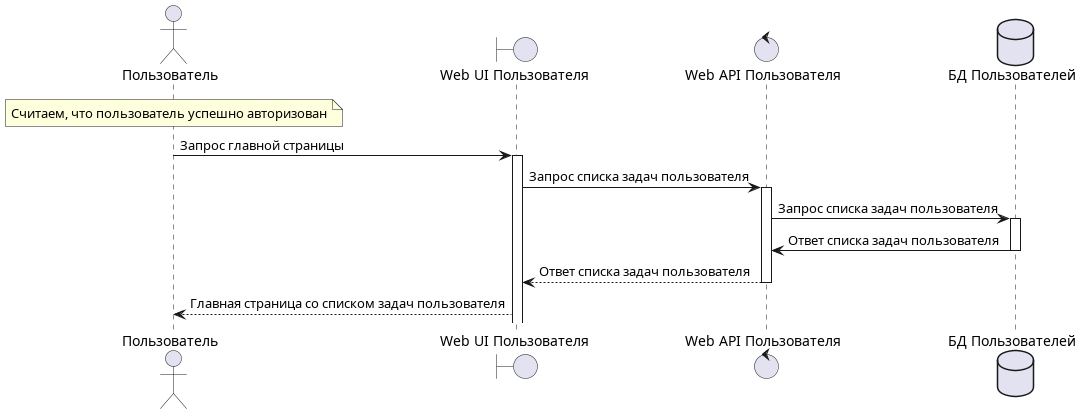
This is docs/diagrams/img/sequence/User.WebApp/User jobs list.png from mrypdm/JobSystem, a PlantUML export, as it was before one commit. Source of this version:
```plantuml
@startuml User jobs list

actor Пользователь as USER
note over USER: Считаем, что пользователь успешно авторизован

boundary "Web UI Пользователя" as UI
control "Web API Пользователя" as API
database "БД Пользователей" as DB

USER -> UI++: Запрос главной страницы
UI -> API++: Запрос списка задач пользователя
API -> DB++: Запрос списка задач пользователя
DB -> API--: Ответ списка задач пользователя
API --> UI--: Ответ списка задач пользователя
UI --> USER: Главная страница со списком задач пользователя

@enduml
```
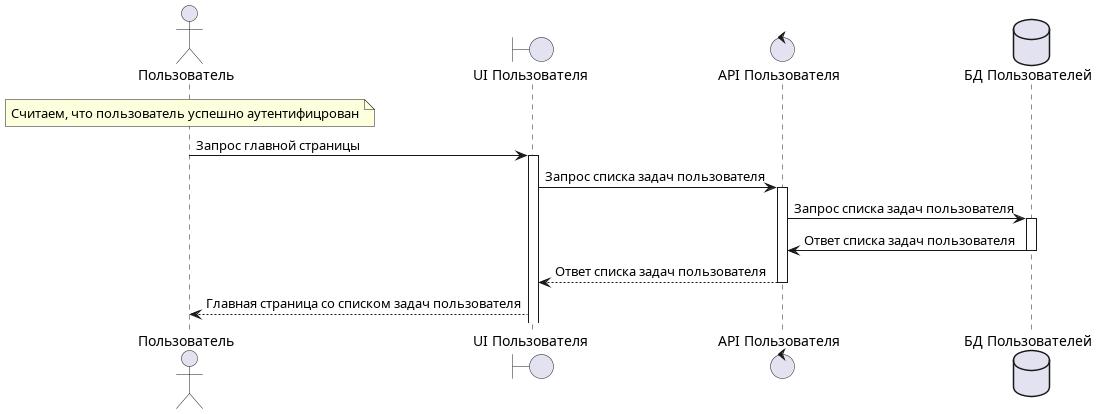
The same file after the commit.

Diff of the diagram source:
```diff
@@ -1,10 +1,10 @@
 @startuml User jobs list
 
 actor Пользователь as USER
-note over USER: Считаем, что пользователь успешно авторизован
+note over USER: Считаем, что пользователь успешно аутентифицрован
 
-boundary "Web UI Пользователя" as UI
-control "Web API Пользователя" as API
+boundary "UI Пользователя" as UI
+control "API Пользователя" as API
 database "БД Пользователей" as DB
 
 USER -> UI++: Запрос главной страницы
```
